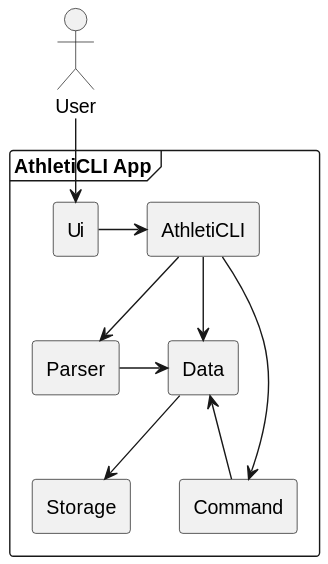
The PlantUML diagram docs/images/architectureDiagram.svg in AY2324S1-CS2113-T17-1/tp, before a commit. Source of this version:
```plantuml
@startuml
hide footbox

actor User
frame "AthletiCLI App"{
rectangle AthletiCLI
rectangle Ui
rectangle Parser
rectangle Data
rectangle Storage
rectangle Command

}

User -d-> Ui
Ui -r-> AthletiCLI
AthletiCLI -d-> Parser
AthletiCLI -d-> Command
AthletiCLI -d-> Data
Command -u-> Data
Parser -r-> Data
Data -d-> Storage
@enduml
```
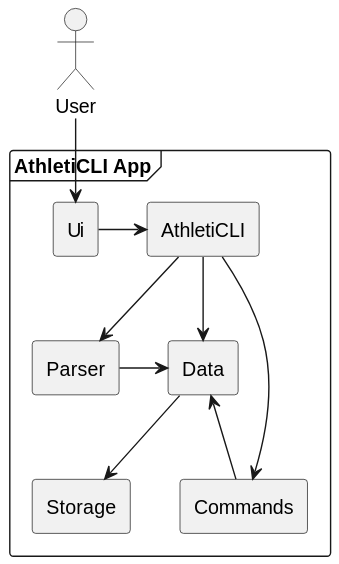
The same diagram one commit later.

What changed in the source:
```diff
@@ -8,16 +8,16 @@
 rectangle Parser
 rectangle Data
 rectangle Storage
-rectangle Command
+rectangle Commands
 
 }
 
 User -d-> Ui
 Ui -r-> AthletiCLI
 AthletiCLI -d-> Parser
-AthletiCLI -d-> Command
+AthletiCLI -d-> Commands
 AthletiCLI -d-> Data
-Command -u-> Data
+Commands -u-> Data
 Parser -r-> Data
 Data -d-> Storage
 @enduml
```
